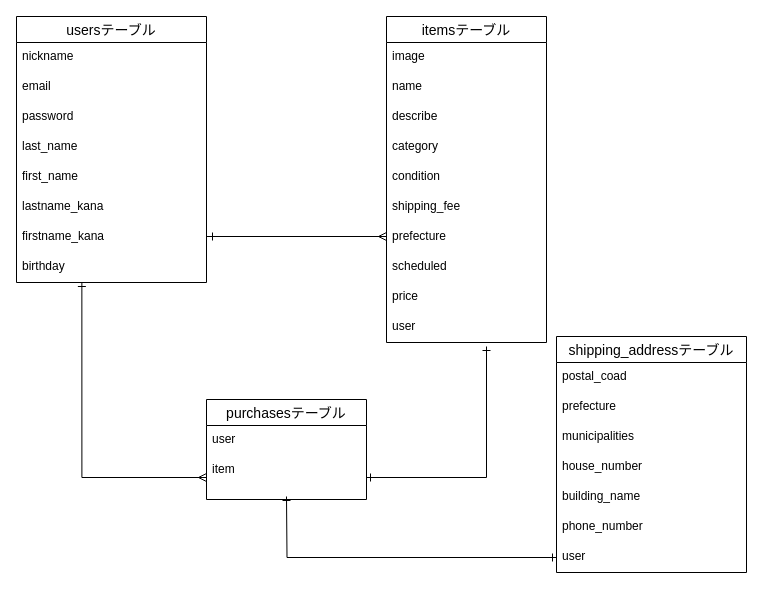
koba1011/furima-30318 keeps this draw.io diagram as furima.dio. Above is the earlier version. Source tidied: cells renumbered, new cells numbered last; positions are measured from the earlier drawing's top-left corner, leaving out a move shared by most shapes. Both pictures are drawn from the tidied source at 100%, with x=0, y=0 at pixel (16, 16).
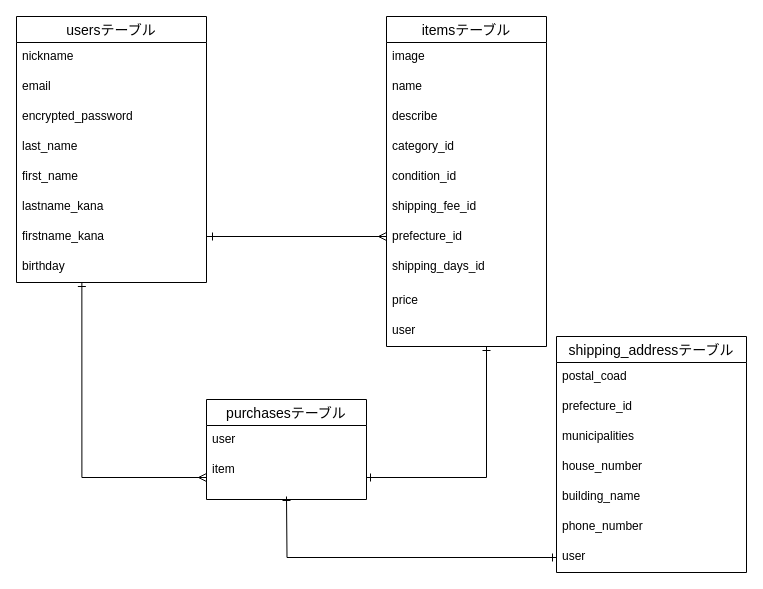
The same page after the edit.

Commit message (it also covers changes not shown here):
ER図,READMEを修正

The change refers to these unchanged cells:
```xml
<mxCell id="2" value="usersテーブル" style="swimlane;fontStyle=0;horizontal=1;startSize=26;align=center;fontSize=14;" parent="1" vertex="1">
  <mxGeometry width="190" height="266" as="geometry" />
</mxCell>
<mxCell id="25" value="shipping_addressテーブル" style="swimlane;fontStyle=0;horizontal=1;startSize=26;align=center;fontSize=14;" parent="1" vertex="1">
  <mxGeometry x="540" y="320" width="190" height="236" as="geometry" />
</mxCell>
```

Diff of the diagram source:
```diff
@@
-    <mxCell id="5" value="password " style="text;strokeColor=none;fillColor=none;spacingLeft=4;spacingRight=4;overflow=hidden;fontSize=12;" parent="2" vertex="1">
+    <mxCell id="5" value="encrypted_password " style="text;strokeColor=none;fillColor=none;spacingLeft=4;spacingRight=4;overflow=hidden;fontSize=12;" parent="2" vertex="1">
       <mxGeometry y="86" width="190" height="30" as="geometry" />
     </mxCell>
@@
     <mxCell id="11" value="itemsテーブル" style="swimlane;fontStyle=0;horizontal=1;startSize=26;align=center;fontSize=14;" parent="1" vertex="1">
-      <mxGeometry x="370" width="160" height="326" as="geometry" />
+      <mxGeometry x="370" width="160" height="330" as="geometry" />
     </mxCell>
@@
-    <mxCell id="15" value="category" style="text;strokeColor=none;fillColor=none;spacingLeft=4;spacingRight=4;overflow=hidden;fontSize=12;" parent="11" vertex="1">
+    <mxCell id="15" value="category_id" style="text;strokeColor=none;fillColor=none;spacingLeft=4;spacingRight=4;overflow=hidden;fontSize=12;" parent="11" vertex="1">
       <mxGeometry y="116" width="160" height="30" as="geometry" />
     </mxCell>
-    <mxCell id="16" value="condition" style="text;strokeColor=none;fillColor=none;spacingLeft=4;spacingRight=4;overflow=hidden;fontSize=12;" parent="11" vertex="1">
+    <mxCell id="16" value="condition_id" style="text;strokeColor=none;fillColor=none;spacingLeft=4;spacingRight=4;overflow=hidden;fontSize=12;" parent="11" vertex="1">
       <mxGeometry y="146" width="160" height="30" as="geometry" />
     </mxCell>
-    <mxCell id="17" value="shipping_fee" style="text;strokeColor=none;fillColor=none;spacingLeft=4;spacingRight=4;overflow=hidden;fontSize=12;" parent="11" vertex="1">
+    <mxCell id="17" value="shipping_fee_id" style="text;strokeColor=none;fillColor=none;spacingLeft=4;spacingRight=4;overflow=hidden;fontSize=12;" parent="11" vertex="1">
       <mxGeometry y="176" width="160" height="30" as="geometry" />
     </mxCell>
-    <mxCell id="18" value="prefecture" style="text;strokeColor=none;fillColor=none;spacingLeft=4;spacingRight=4;overflow=hidden;fontSize=12;" parent="11" vertex="1">
+    <mxCell id="18" value="prefecture_id" style="text;strokeColor=none;fillColor=none;spacingLeft=4;spacingRight=4;overflow=hidden;fontSize=12;" parent="11" vertex="1">
       <mxGeometry y="206" width="160" height="30" as="geometry" />
     </mxCell>
-    <mxCell id="19" value="scheduled" style="text;strokeColor=none;fillColor=none;spacingLeft=4;spacingRight=4;overflow=hidden;fontSize=12;" parent="11" vertex="1">
-      <mxGeometry y="236" width="160" height="30" as="geometry" />
+    <mxCell id="19" value="shipping_days_id" style="text;strokeColor=none;fillColor=none;spacingLeft=4;spacingRight=4;overflow=hidden;fontSize=12;" parent="11" vertex="1">
+      <mxGeometry y="236" width="160" height="34" as="geometry" />
     </mxCell>
     <mxCell id="20" value="price" style="text;strokeColor=none;fillColor=none;spacingLeft=4;spacingRight=4;overflow=hidden;fontSize=12;" parent="11" vertex="1">
-      <mxGeometry y="266" width="160" height="30" as="geometry" />
+      <mxGeometry y="270" width="160" height="30" as="geometry" />
     </mxCell>
     <mxCell id="21" value="user" style="text;strokeColor=none;fillColor=none;spacingLeft=4;spacingRight=4;overflow=hidden;fontSize=12;" parent="11" vertex="1">
-      <mxGeometry y="296" width="160" height="30" as="geometry" />
+      <mxGeometry y="300" width="160" height="30" as="geometry" />
     </mxCell>
@@
-    <mxCell id="27" value="prefecture" style="text;strokeColor=none;fillColor=none;spacingLeft=4;spacingRight=4;overflow=hidden;fontSize=12;" parent="25" vertex="1">
+    <mxCell id="27" value="prefecture_id" style="text;strokeColor=none;fillColor=none;spacingLeft=4;spacingRight=4;overflow=hidden;fontSize=12;" parent="25" vertex="1">
       <mxGeometry y="56" width="190" height="30" as="geometry" />
     </mxCell>
```
